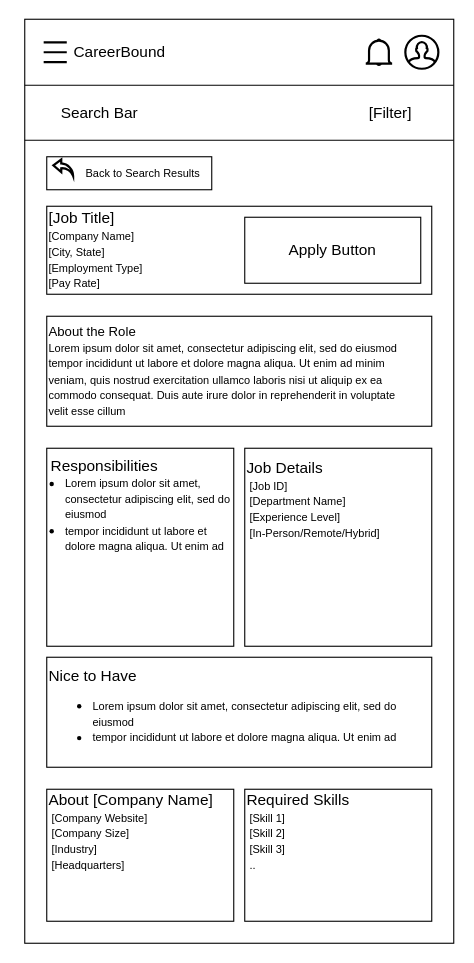
JmmonJeremy/CareerBound-SDD keeps this draw.io diagram as 03_Team_Work/Team1/Milestone_3_Components/1_In_Progress/Reference/MobileWireframeTemplate.drawio. Above is the earlier version. Source tidied: cells renumbered, new cells numbered last; positions are measured from the earlier drawing's top-left corner, leaving out a move shared by most shapes. Both pictures are drawn from the tidied source at 110%, with x=0, y=0 at pixel (19, 19).
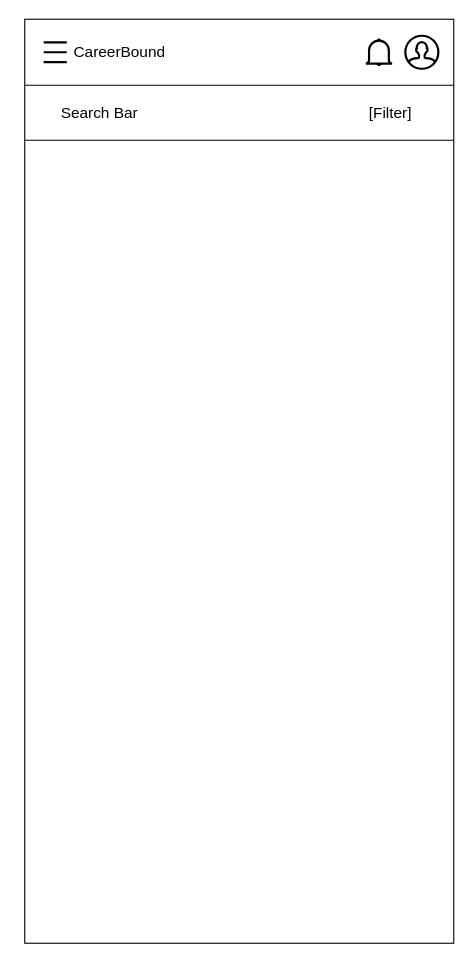
After the change.

Commit message (it also covers changes not shown here):
updated wireframe template

Change to the diagram source:
```diff
@@
-    <mxCell id="10" value="&lt;div align=&quot;left&quot;&gt;&lt;font style=&quot;font-size: 14px;&quot;&gt;[Job Title]&lt;/font&gt;&lt;/div&gt;&lt;div align=&quot;left&quot;&gt;&lt;font style=&quot;font-size: 10px;&quot;&gt;[Company Name]&lt;/font&gt;&lt;/div&gt;&lt;div align=&quot;left&quot;&gt;&lt;font style=&quot;font-size: 10px;&quot;&gt;[City, State]&lt;/font&gt;&lt;/div&gt;&lt;div align=&quot;left&quot;&gt;&lt;font style=&quot;font-size: 10px;&quot;&gt;[Employment Type]&lt;/font&gt;&lt;/div&gt;&lt;div align=&quot;left&quot;&gt;&lt;font style=&quot;font-size: 10px;&quot;&gt;[Pay Rate]&lt;/font&gt;&lt;/div&gt;" style="rounded=0;whiteSpace=wrap;html=1;align=left;" parent="1" vertex="1">
-      <mxGeometry x="25" y="170" width="350" height="80" as="geometry" />
-    </mxCell>
-    <mxCell id="11" value="&lt;font style=&quot;font-size: 10px;&quot;&gt;Back to Search Results&amp;nbsp; &amp;nbsp;&lt;/font&gt;" style="rounded=0;whiteSpace=wrap;html=1;align=right;" parent="1" vertex="1">
-      <mxGeometry x="25" y="125" width="150" height="30" as="geometry" />
-    </mxCell>
-    <mxCell id="12" style="html=1;verticalLabelPosition=bottom;align=center;labelBackgroundColor=#ffffff;verticalAlign=top;strokeWidth=2;strokeColor=#000000;shadow=0;dashed=0;shape=mxgraph.ios7.icons.back;" parent="1" vertex="1">
-      <mxGeometry x="31" y="127.5" width="18" height="15" as="geometry" />
-    </mxCell>
-    <mxCell id="13" value="&lt;div align=&quot;left&quot;&gt;&lt;font&gt;About the Role&lt;/font&gt;&lt;/div&gt;&lt;div align=&quot;left&quot;&gt;&lt;font style=&quot;font-size: 10px;&quot;&gt;Lorem ipsum dolor sit amet, consectetur adipiscing elit, sed do eiusmod &lt;br&gt;tempor incididunt ut labore et dolore magna aliqua. Ut enim ad minim &lt;br&gt;veniam, quis nostrud exercitation ullamco laboris nisi ut aliquip ex ea &lt;br&gt;commodo consequat. Duis aute irure dolor in reprehenderit in voluptate &lt;br&gt;velit esse cillum &lt;/font&gt;&lt;/div&gt;" style="rounded=0;whiteSpace=wrap;html=1;align=left;" parent="1" vertex="1">
-      <mxGeometry x="25" y="270" width="350" height="100" as="geometry" />
-    </mxCell>
-    <mxCell id="14" value="&lt;div&gt;&lt;div align=&quot;left&quot;&gt;&lt;ul&gt;&lt;li&gt;&lt;font style=&quot;font-size: 10px;&quot;&gt;Lorem ipsum dolor sit amet, consectetur adipiscing elit, sed do eiusmod &lt;/font&gt;&lt;/li&gt;&lt;li&gt;&lt;font style=&quot;font-size: 10px;&quot;&gt;tempor incididunt ut labore et dolore magna aliqua. Ut enim ad&lt;/font&gt;&lt;/li&gt;&lt;/ul&gt;&lt;/div&gt;&lt;/div&gt;" style="rounded=0;whiteSpace=wrap;html=1;align=left;fillColor=none;strokeColor=none;" parent="1" vertex="1">
-      <mxGeometry y="400" width="200" height="100" as="geometry" />
-    </mxCell>
-    <mxCell id="15" value="&lt;div align=&quot;left&quot;&gt;&lt;font style=&quot;font-size: 14px;&quot;&gt;Nice to Have&lt;/font&gt;&lt;/div&gt;&lt;div align=&quot;left&quot;&gt;&lt;ul&gt;&lt;li&gt;&lt;font style=&quot;font-size: 10px;&quot;&gt;Lorem ipsum dolor sit amet, consectetur adipiscing elit, sed do eiusmod &lt;/font&gt;&lt;/li&gt;&lt;li&gt;&lt;font style=&quot;font-size: 10px;&quot;&gt;tempor incididunt ut labore et dolore magna aliqua. Ut enim ad&lt;/font&gt;&lt;/li&gt;&lt;/ul&gt;&lt;/div&gt;" style="rounded=0;whiteSpace=wrap;html=1;align=left;" parent="1" vertex="1">
-      <mxGeometry x="25" y="580" width="350" height="100" as="geometry" />
-    </mxCell>
-    <mxCell id="16" value="&lt;div align=&quot;left&quot;&gt;&lt;font style=&quot;font-size: 14px;&quot;&gt;Job Details&lt;/font&gt;&lt;/div&gt;&lt;div align=&quot;left&quot;&gt;&lt;font style=&quot;font-size: 10px;&quot;&gt;&amp;nbsp;[Job ID]&lt;/font&gt;&lt;/div&gt;&lt;div align=&quot;left&quot;&gt;&lt;font style=&quot;font-size: 10px;&quot;&gt;&amp;nbsp;[Department Name]&lt;/font&gt;&lt;/div&gt;&lt;div align=&quot;left&quot;&gt;&lt;font style=&quot;font-size: 10px;&quot;&gt;&amp;nbsp;[Experience Level]&lt;/font&gt;&lt;/div&gt;&lt;div align=&quot;left&quot;&gt;&lt;font style=&quot;font-size: 10px;&quot;&gt;&amp;nbsp;[In-Person/Remote/Hybrid]&lt;/font&gt;&lt;/div&gt;&lt;div align=&quot;left&quot;&gt;&lt;font style=&quot;font-size: 10px;&quot;&gt;&lt;br&gt;&lt;/font&gt;&lt;/div&gt;&lt;div align=&quot;left&quot;&gt;&lt;font style=&quot;font-size: 10px;&quot;&gt;&lt;br&gt;&lt;/font&gt;&lt;/div&gt;&lt;div align=&quot;left&quot;&gt;&lt;font style=&quot;font-size: 10px;&quot;&gt;&lt;br&gt;&lt;/font&gt;&lt;/div&gt;&lt;div align=&quot;left&quot;&gt;&lt;font style=&quot;font-size: 10px;&quot;&gt;&lt;br&gt;&lt;/font&gt;&lt;/div&gt;&lt;div align=&quot;left&quot;&gt;&lt;font style=&quot;font-size: 10px;&quot;&gt;&lt;br&gt;&lt;/font&gt;&lt;/div&gt;&lt;div align=&quot;left&quot;&gt;&lt;font style=&quot;font-size: 10px;&quot;&gt;&lt;br&gt;&lt;/font&gt;&lt;/div&gt;" style="rounded=0;whiteSpace=wrap;html=1;align=left;" parent="1" vertex="1">
-      <mxGeometry x="205" y="390" width="170" height="180" as="geometry" />
-    </mxCell>
-    <mxCell id="17" value="&lt;div align=&quot;left&quot;&gt;&lt;font style=&quot;font-size: 14px;&quot;&gt;&lt;br&gt;&lt;/font&gt;&lt;/div&gt;&lt;div align=&quot;left&quot;&gt;&lt;font style=&quot;font-size: 14px;&quot;&gt;Responsibilities&lt;/font&gt;&lt;/div&gt;" style="rounded=0;whiteSpace=wrap;html=1;align=left;fillColor=none;strokeColor=none;" parent="1" vertex="1">
-      <mxGeometry x="27" y="377" width="120" height="40" as="geometry" />
-    </mxCell>
-    <mxCell id="18" style="rounded=0;whiteSpace=wrap;html=1;fillColor=none;" parent="1" vertex="1">
-      <mxGeometry x="25" y="390" width="170" height="180" as="geometry" />
-    </mxCell>
-    <mxCell id="19" value="&lt;div align=&quot;left&quot;&gt;&lt;font style=&quot;font-size: 14px;&quot;&gt;About [Company Name]&lt;/font&gt;&lt;/div&gt;&lt;div align=&quot;left&quot;&gt;&lt;font style=&quot;font-size: 10px;&quot;&gt;&amp;nbsp;[Company Website]&lt;/font&gt;&lt;/div&gt;&lt;div align=&quot;left&quot;&gt;&lt;font style=&quot;font-size: 10px;&quot;&gt;&amp;nbsp;[Company Size]&lt;/font&gt;&lt;/div&gt;&lt;div align=&quot;left&quot;&gt;&lt;font style=&quot;font-size: 10px;&quot;&gt;&amp;nbsp;[Industry]&lt;/font&gt;&lt;/div&gt;&lt;div align=&quot;left&quot;&gt;&lt;font style=&quot;font-size: 10px;&quot;&gt;&amp;nbsp;[Headquarters]&lt;/font&gt;&lt;/div&gt;&lt;div align=&quot;left&quot;&gt;&lt;font style=&quot;font-size: 10px;&quot;&gt;&lt;br&gt;&lt;/font&gt;&lt;/div&gt;&lt;div align=&quot;left&quot;&gt;&lt;font style=&quot;font-size: 10px;&quot;&gt;&lt;br&gt;&lt;/font&gt;&lt;/div&gt;&lt;div align=&quot;left&quot;&gt;&lt;font style=&quot;font-size: 10px;&quot;&gt;&lt;br&gt;&lt;/font&gt;&lt;/div&gt;" style="rounded=0;whiteSpace=wrap;html=1;fillColor=none;align=left;" parent="1" vertex="1">
-      <mxGeometry x="25" y="700" width="170" height="120" as="geometry" />
-    </mxCell>
-    <mxCell id="20" value="&lt;div align=&quot;left&quot;&gt;&lt;font style=&quot;font-size: 14px;&quot;&gt;Required Skills&lt;/font&gt;&lt;/div&gt;&lt;div align=&quot;left&quot;&gt;&lt;font style=&quot;font-size: 10px;&quot;&gt;&amp;nbsp;[Skill 1]&lt;/font&gt;&lt;/div&gt;&lt;div align=&quot;left&quot;&gt;&lt;font style=&quot;font-size: 10px;&quot;&gt;&amp;nbsp;[Skill 2]&lt;/font&gt;&lt;/div&gt;&lt;div align=&quot;left&quot;&gt;&lt;font style=&quot;font-size: 10px;&quot;&gt;&amp;nbsp;[Skill 3]&lt;/font&gt;&lt;/div&gt;&lt;div align=&quot;left&quot;&gt;&lt;font style=&quot;font-size: 10px;&quot;&gt;&amp;nbsp;..&lt;/font&gt;&lt;/div&gt;&lt;div align=&quot;left&quot;&gt;&lt;font style=&quot;font-size: 10px;&quot;&gt;&lt;br&gt;&lt;/font&gt;&lt;/div&gt;&lt;div align=&quot;left&quot;&gt;&lt;font style=&quot;font-size: 10px;&quot;&gt;&lt;br&gt;&lt;/font&gt;&lt;/div&gt;&lt;div align=&quot;left&quot;&gt;&lt;font style=&quot;font-size: 10px;&quot;&gt;&lt;br&gt;&lt;/font&gt;&lt;/div&gt;" style="rounded=0;whiteSpace=wrap;html=1;align=left;" parent="1" vertex="1">
-      <mxGeometry x="205" y="700" width="170" height="120" as="geometry" />
-    </mxCell>
-    <mxCell id="21" value="&lt;font style=&quot;font-size: 14px;&quot;&gt;Apply Button&lt;/font&gt;" style="rounded=0;whiteSpace=wrap;html=1;" parent="1" vertex="1">
-      <mxGeometry x="205" y="180" width="160" height="60" as="geometry" />
-    </mxCell>
```
